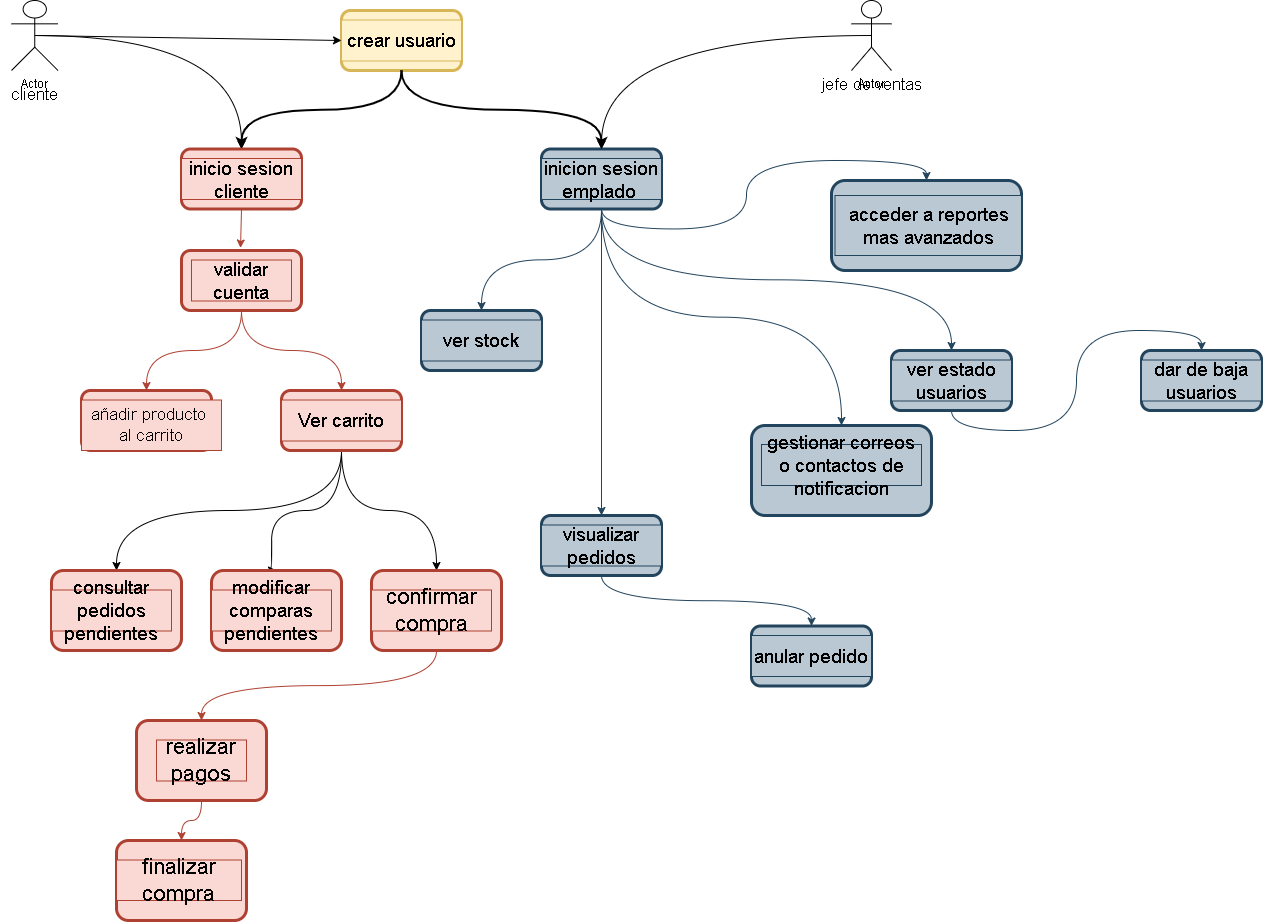
This is documentacion/casos de uso.png from HelloMeow10/project-root, a draw.io export, as it was before one commit. Source tidied: cells renumbered, new cells last; positions are measured from the earlier drawing's top-left corner, leaving out a move shared by most shapes.
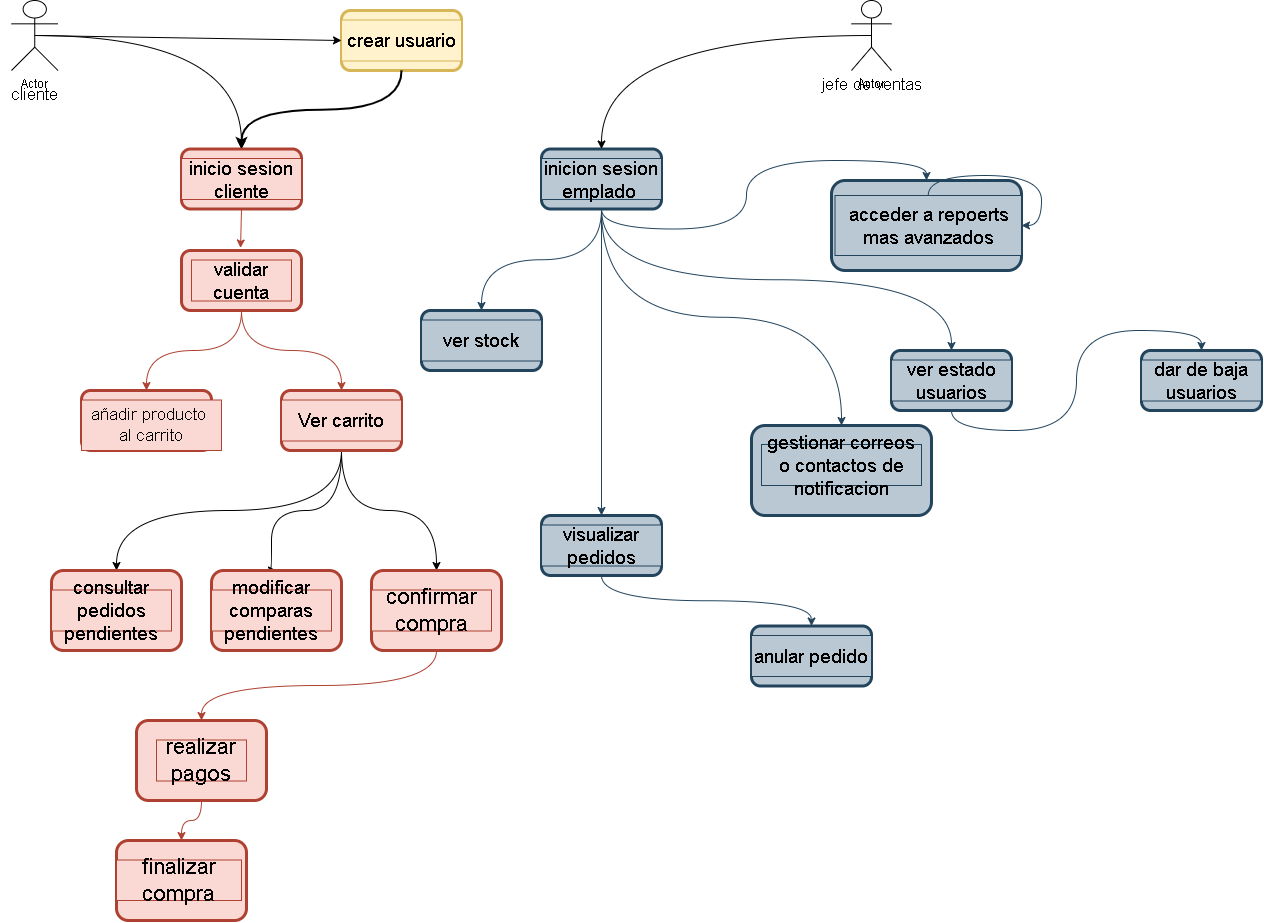
The same diagram one commit later.

What changed in the source:
```diff
@@ -44,9 +44,6 @@
     <mxCell id="15" value="&lt;font color=&quot;#000000&quot;&gt;&lt;span style=&quot;font-size: 19px;&quot;&gt;inicion sesion emplado&amp;nbsp;&lt;/span&gt;&lt;/font&gt;" style="text;html=1;align=center;verticalAlign=middle;whiteSpace=wrap;rounded=0;fillColor=#bac8d3;strokeColor=#23445d;" parent="1" vertex="1">
       <mxGeometry x="542" y="158" width="120" height="41" as="geometry" />
     </mxCell>
-    <mxCell id="16" style="edgeStyle=orthogonalEdgeStyle;rounded=0;jettySize=auto;html=1;entryX=0.5;entryY=0;entryDx=0;entryDy=0;strokeColor=#000000;curved=1;exitX=0.5;exitY=1;exitDx=0;exitDy=0;strokeWidth=2;" parent="1" edge="1" source="2" target="14">
-      <mxGeometry relative="1" as="geometry" />
-    </mxCell>
     <mxCell id="17" style="edgeStyle=orthogonalEdgeStyle;curved=1;rounded=0;jettySize=auto;html=1;exitX=0.5;exitY=1;exitDx=0;exitDy=0;entryX=0.5;entryY=0;entryDx=0;entryDy=0;strokeColor=#000000;" parent="1" edge="1" source="20" target="29">
       <mxGeometry relative="1" as="geometry" />
     </mxCell>
@@ -143,7 +140,7 @@
     <mxCell id="46" style="rounded=1;whiteSpace=wrap;html=1;fillColor=#bac8d3;strokeColor=#23445d;strokeWidth=3;" parent="1" vertex="1">
       <mxGeometry x="832" y="180" width="190" height="90" as="geometry" />
     </mxCell>
-    <mxCell id="47" value="&lt;font color=&quot;#000000&quot;&gt;&lt;span style=&quot;font-size: 19px;&quot;&gt;acceder a reportes mas avanzados&lt;/span&gt;&lt;/font&gt;" style="text;html=1;align=center;verticalAlign=middle;whiteSpace=wrap;rounded=0;fillColor=#bac8d3;strokeColor=#23445d;" parent="1" vertex="1">
+    <mxCell id="47" value="&lt;font color=&quot;#000000&quot;&gt;&lt;span style=&quot;font-size: 19px;&quot;&gt;acceder a repoerts mas avanzados&lt;/span&gt;&lt;/font&gt;" style="text;html=1;align=center;verticalAlign=middle;whiteSpace=wrap;rounded=0;fillColor=#bac8d3;strokeColor=#23445d;" parent="1" vertex="1">
       <mxGeometry x="835.5" y="195" width="186.5" height="60" as="geometry" />
     </mxCell>
     <mxCell id="48" style="rounded=1;whiteSpace=wrap;html=1;fillColor=#bac8d3;strokeColor=#23445d;strokeWidth=3;" parent="1" vertex="1">
@@ -152,6 +149,9 @@
     <mxCell id="49" value="&lt;font color=&quot;#000000&quot;&gt;&lt;span style=&quot;font-size: 19px;&quot;&gt;gestionar correos o contactos de notificacion&lt;/span&gt;&lt;/font&gt;" style="text;html=1;align=center;verticalAlign=middle;whiteSpace=wrap;rounded=0;fillColor=#bac8d3;strokeColor=#23445d;" parent="1" vertex="1">
       <mxGeometry x="762" y="444" width="160" height="41" as="geometry" />
     </mxCell>
+    <mxCell id="62" style="edgeStyle=orthogonalEdgeStyle;curved=1;rounded=0;orthogonalLoop=1;jettySize=auto;html=1;entryX=1;entryY=0.5;entryDx=0;entryDy=0;fillColor=#bac8d3;strokeColor=#23445d;" parent="1" edge="1" source="47" target="47">
+      <mxGeometry relative="1" as="geometry" />
+    </mxCell>
     <mxCell id="50" style="edgeStyle=orthogonalEdgeStyle;curved=1;rounded=0;jettySize=auto;html=1;exitX=0.5;exitY=1;exitDx=0;exitDy=0;entryX=0.5;entryY=0;entryDx=0;entryDy=0;strokeColor=#23445d;fillColor=#bac8d3;" parent="1" edge="1" source="51" target="53">
       <mxGeometry relative="1" as="geometry" />
     </mxCell>
```
